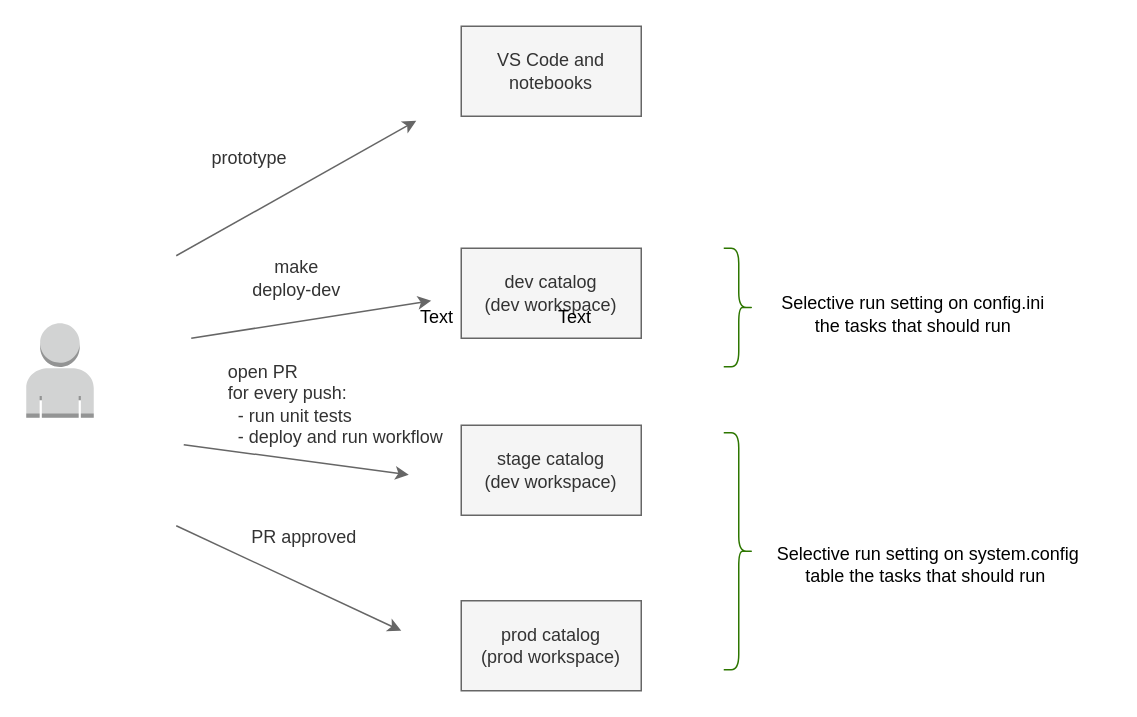
This is docs/ci_cd.drawio from andre-salvati/databricks-template, a draw.io file, before an edit. Source tidied: cells renumbered, new cells numbered last; positions are measured from the earlier drawing's top-left corner, leaving out a move shared by most shapes. Both pictures are drawn from the tidied source at 150%, with x=0, y=0 at pixel (26, 26).
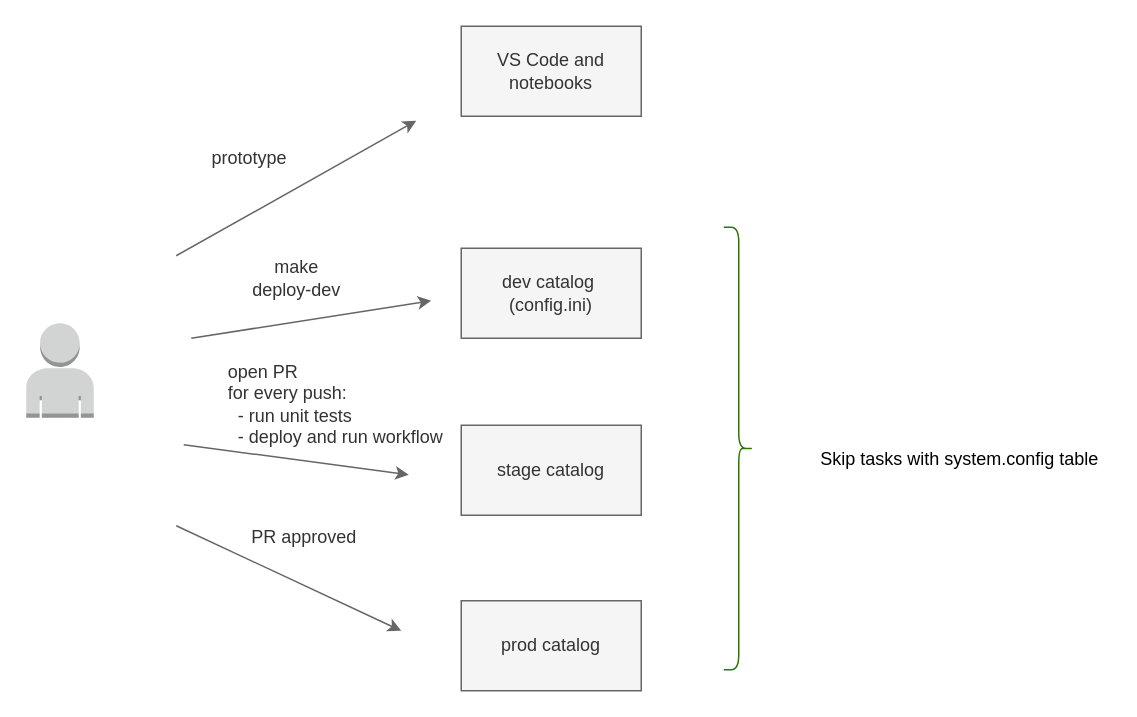
Above is the later version.

Change to the diagram source:
```diff
@@
-    <mxCell id="4" value="dev catalog&lt;br&gt;(dev workspace)" style="rounded=0;whiteSpace=wrap;html=1;fillColor=#f5f5f5;fontColor=#333333;strokeColor=#666666;" parent="1" vertex="1">
+    <mxCell id="4" value="dev catalog&amp;nbsp;&lt;div&gt;(config.ini)&lt;/div&gt;" style="rounded=0;whiteSpace=wrap;html=1;fillColor=#f5f5f5;fontColor=#333333;strokeColor=#666666;" parent="1" vertex="1">
       <mxGeometry x="290" y="148" width="120" height="60" as="geometry" />
     </mxCell>
-    <mxCell id="5" value="stage catalog&lt;br&gt;(dev workspace)" style="rounded=0;whiteSpace=wrap;html=1;fillColor=#f5f5f5;fontColor=#333333;strokeColor=#666666;" parent="1" vertex="1">
+    <mxCell id="5" value="stage catalog" style="rounded=0;whiteSpace=wrap;html=1;fillColor=#f5f5f5;fontColor=#333333;strokeColor=#666666;" parent="1" vertex="1">
       <mxGeometry x="290" y="266" width="120" height="60" as="geometry" />
     </mxCell>
-    <mxCell id="6" value="prod catalog&lt;br&gt;(prod workspace)" style="rounded=0;whiteSpace=wrap;html=1;fillColor=#f5f5f5;fontColor=#333333;strokeColor=#666666;" parent="1" vertex="1">
+    <mxCell id="6" value="prod catalog" style="rounded=0;whiteSpace=wrap;html=1;fillColor=#f5f5f5;fontColor=#333333;strokeColor=#666666;" parent="1" vertex="1">
       <mxGeometry x="290" y="383" width="120" height="60" as="geometry" />
     </mxCell>
@@
-    <mxCell id="15" style="shape=curlyBracket;whiteSpace=wrap;html=1;rounded=1;flipH=1;labelPosition=right;verticalLabelPosition=middle;align=left;verticalAlign=middle;fillColor=#60a917;fontColor=#ffffff;strokeColor=#2D7600;" parent="1" vertex="1">
-      <mxGeometry x="465" y="148" width="20" height="79" as="geometry" />
-    </mxCell>
     <mxCell id="16" style="shape=curlyBracket;whiteSpace=wrap;html=1;rounded=1;flipH=1;labelPosition=right;verticalLabelPosition=middle;align=left;verticalAlign=middle;fillColor=#60a917;fontColor=#ffffff;strokeColor=#2D7600;" parent="1" vertex="1">
-      <mxGeometry x="465" y="271" width="20" height="158" as="geometry" />
+      <mxGeometry x="465" y="134" width="20" height="295" as="geometry" />
     </mxCell>
-    <mxCell id="17" value="Text" style="text;html=1;strokeColor=none;fillColor=none;align=center;verticalAlign=middle;whiteSpace=wrap;rounded=0;" parent="1" vertex="1">
-      <mxGeometry x="244" y="179" width="60" height="30" as="geometry" />
-    </mxCell>
-    <mxCell id="18" value="Text" style="text;html=1;strokeColor=none;fillColor=none;align=center;verticalAlign=middle;whiteSpace=wrap;rounded=0;" parent="1" vertex="1">
-      <mxGeometry x="336" y="179" width="60" height="30" as="geometry" />
-    </mxCell>
-    <mxCell id="19" value="Selective run setting on config.ini&lt;br&gt;&amp;nbsp;the tasks that should run&amp;nbsp;" style="text;html=1;align=center;verticalAlign=middle;fontColor=#000000;" parent="1" vertex="1">
-      <mxGeometry x="494" y="171" width="193" height="41" as="geometry" />
-    </mxCell>
-    <mxCell id="20" value="Selective run setting on system.config &lt;br&gt;table the tasks that should run&amp;nbsp;" style="text;html=1;align=center;verticalAlign=middle;fontColor=#000000;" parent="1" vertex="1">
-      <mxGeometry x="491" y="338" width="219" height="41" as="geometry" />
+    <mxCell id="20" value="Skip tasks with system.config table" style="text;html=1;align=center;verticalAlign=middle;fontColor=#000000;" parent="1" vertex="1">
+      <mxGeometry x="520" y="276" width="203" height="26" as="geometry" />
     </mxCell>
```
